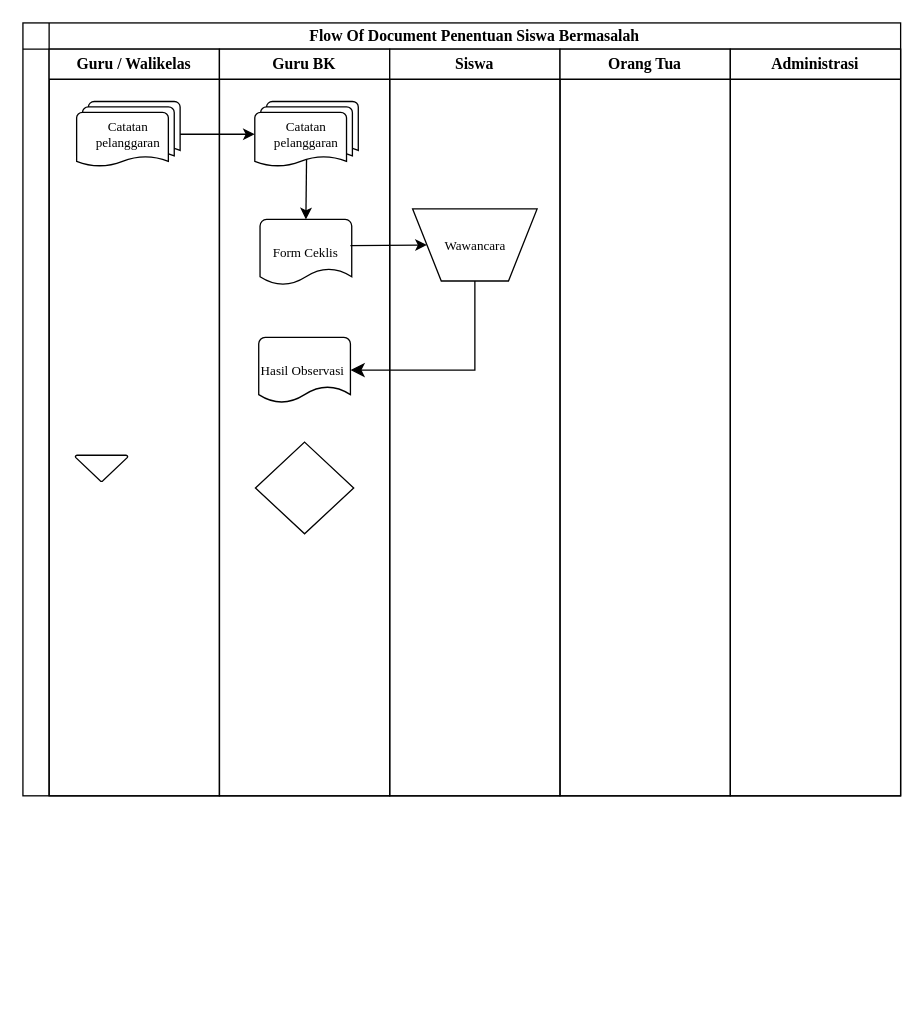
rumahkubudi/rumah_idaman keeps this draw.io diagram as Untitled Diagram.drawio. Above is the earlier version. Source tidied: cells renumbered, new cells numbered last; positions are measured from the earlier drawing's top-left corner, leaving out a move shared by most shapes. Both pictures are drawn from the tidied source at 131%, with x=0, y=0 at pixel (22, 22).
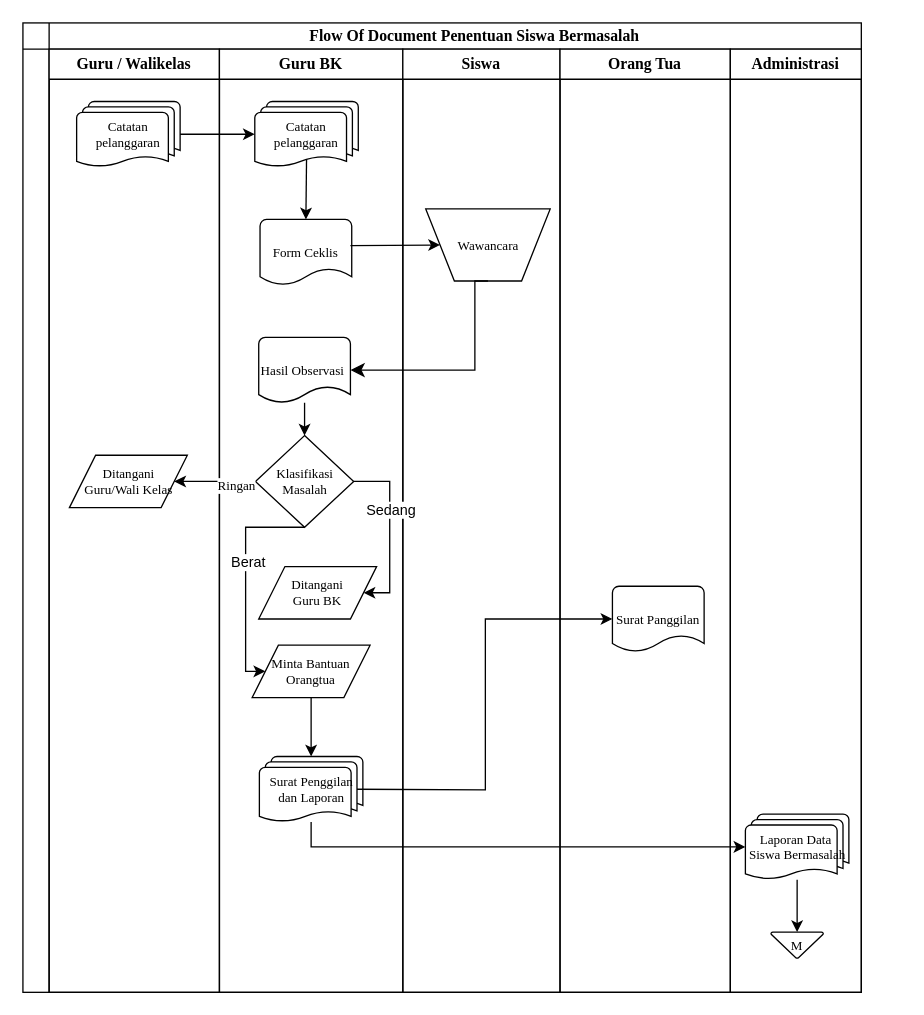
The same diagram, later.

The change refers to these unchanged cells:
```xml
<mxCell id="9" value="Hasil Observasi&amp;nbsp;" style="strokeWidth=1;html=1;shape=mxgraph.flowchart.document2;whiteSpace=wrap;size=0.25;fontFamily=Times New Roman;fontSize=10;spacing=1;" parent="6" vertex="1">
  <mxGeometry x="30" y="220" width="70" height="50" as="geometry" />
</mxCell>
```

Diff of the diagram source:
```diff
@@
     <mxCell id="2" style="shape=internalStorage;whiteSpace=wrap;html=1;backgroundOutline=1;fontFamily=Times New Roman;" parent="1" vertex="1">
-      <mxGeometry width="670" height="590" as="geometry" />
+      <mxGeometry width="640" height="740" as="geometry" />
     </mxCell>
     <mxCell id="3" value="Guru / Walikelas" style="swimlane;whiteSpace=wrap;html=1;fontFamily=Times New Roman;" parent="1" vertex="1">
-      <mxGeometry x="20" y="20" width="130" height="570" as="geometry" />
+      <mxGeometry x="20" y="20" width="130" height="720" as="geometry" />
     </mxCell>
@@
-    <mxCell id="5" style="strokeWidth=1;html=1;shape=mxgraph.flowchart.merge_or_storage;whiteSpace=wrap;fontFamily=Times New Roman;fontSize=10;spacing=1;" parent="3" vertex="1">
-      <mxGeometry x="20" y="310" width="40" height="20" as="geometry" />
-    </mxCell>
+    <mxCell id="20" value="Ditangani&lt;div&gt;Guru/Wali Kelas&lt;/div&gt;" style="shape=parallelogram;perimeter=parallelogramPerimeter;whiteSpace=wrap;html=1;fixedSize=1;fontSize=10;fontFamily=Times New Roman;" parent="3" vertex="1">
+      <mxGeometry x="15.5" y="310" width="90" height="40" as="geometry" />
+    </mxCell>
     <mxCell id="6" value="Guru BK" style="swimlane;whiteSpace=wrap;html=1;fontFamily=Times New Roman;" parent="1" vertex="1">
-      <mxGeometry x="150" y="20" width="130" height="570" as="geometry" />
+      <mxGeometry x="150" y="20" width="140" height="720" as="geometry" />
     </mxCell>
@@
+    <mxCell id="21" style="edgeStyle=orthogonalEdgeStyle;rounded=0;jettySize=auto;html=1;fontFamily=Times New Roman;fontSize=10;" parent="6" edge="1" source="9" target="10">
+      <mxGeometry relative="1" as="geometry" />
+    </mxCell>
@@
+    <mxCell id="22" style="edgeStyle=orthogonalEdgeStyle;rounded=0;jettySize=auto;html=1;exitX=0.5;exitY=1;exitDx=0;exitDy=0;exitPerimeter=0;entryX=0;entryY=0.5;entryDx=0;entryDy=0;fontFamily=Times New Roman;fontSize=10;" parent="6" edge="1" source="10" target="25">
+      <mxGeometry relative="1" as="geometry">
+        <Array as="points">
+          <mxPoint x="20" y="365" />
+          <mxPoint x="20" y="475" />
+        </Array>
+      </mxGeometry>
+    </mxCell>
+    <mxCell id="23" value="Berat" style="edgeLabel;html=1;align=center;verticalAlign=middle;" parent="22" vertex="1">
+      <mxGeometry x="-0.16" y="1" relative="1" as="geometry" />
+    </mxCell>
-    <mxCell id="10" style="strokeWidth=1;html=1;shape=mxgraph.flowchart.decision;whiteSpace=wrap;fontFamily=Times New Roman;fontSize=10;spacing=1;" parent="6" vertex="1">
-      <mxGeometry x="27.5" y="300" width="75" height="70" as="geometry" />
+    <mxCell id="10" value="Klasifikasi&lt;div&gt;Masalah&lt;/div&gt;" style="strokeWidth=1;html=1;shape=mxgraph.flowchart.decision;whiteSpace=wrap;fontFamily=Times New Roman;fontSize=10;spacing=1;" parent="6" vertex="1">
+      <mxGeometry x="27.5" y="295" width="75" height="70" as="geometry" />
     </mxCell>
@@
+    <mxCell id="24" style="edgeStyle=orthogonalEdgeStyle;rounded=0;jettySize=auto;html=1;fontFamily=Times New Roman;fontSize=10;" parent="6" edge="1" source="25">
+      <mxGeometry relative="1" as="geometry">
+        <mxPoint x="70" y="540" as="targetPoint" />
+      </mxGeometry>
+    </mxCell>
+    <mxCell id="25" value="Minta Bantuan&lt;div&gt;Orangtua&lt;/div&gt;" style="shape=parallelogram;perimeter=parallelogramPerimeter;whiteSpace=wrap;html=1;fixedSize=1;fontSize=10;fontFamily=Times New Roman;" parent="6" vertex="1">
+      <mxGeometry x="25" y="455" width="90" height="40" as="geometry" />
+    </mxCell>
+    <mxCell id="26" value="Surat Penggilan&lt;div&gt;dan Laporan&lt;/div&gt;" style="strokeWidth=1;html=1;shape=mxgraph.flowchart.multi-document;whiteSpace=wrap;fontFamily=Times New Roman;fontSize=10;spacing=1;" parent="6" vertex="1">
+      <mxGeometry x="30.5" y="540" width="79" height="50" as="geometry" />
+    </mxCell>
     <mxCell id="13" value="Siswa" style="swimlane;whiteSpace=wrap;html=1;fontFamily=Times New Roman;" parent="1" vertex="1">
-      <mxGeometry x="280" y="20" width="130" height="570" as="geometry" />
+      <mxGeometry x="290" y="20" width="120" height="720" as="geometry" />
     </mxCell>
@@
     <mxCell id="15" value="Orang Tua" style="swimlane;whiteSpace=wrap;html=1;fontFamily=Times New Roman;startSize=23;" parent="1" vertex="1">
-      <mxGeometry x="410" y="20" width="130" height="570" as="geometry" />
+      <mxGeometry x="410" y="20" width="130" height="720" as="geometry" />
     </mxCell>
@@
     <mxCell id="17" value="Administrasi" style="swimlane;whiteSpace=wrap;html=1;fontFamily=Times New Roman;" parent="1" vertex="1">
-      <mxGeometry x="540" y="20" width="130" height="570" as="geometry" />
+      <mxGeometry x="540" y="20" width="100" height="720" as="geometry" />
     </mxCell>
+    <mxCell id="5" value="M" style="strokeWidth=1;html=1;shape=mxgraph.flowchart.merge_or_storage;whiteSpace=wrap;fontFamily=Times New Roman;fontSize=10;spacing=1;" parent="17" vertex="1">
+      <mxGeometry x="31" y="674" width="40" height="20" as="geometry" />
+    </mxCell>
+    <mxCell id="27" style="edgeStyle=orthogonalEdgeStyle;rounded=0;jettySize=auto;html=1;entryX=0;entryY=0.5;entryDx=0;entryDy=0;entryPerimeter=0;" parent="17" edge="1" source="26" target="35">
+      <mxGeometry relative="1" as="geometry">
+        <Array as="points">
+          <mxPoint x="-320" y="609" />
+        </Array>
+      </mxGeometry>
+    </mxCell>
@@
+    <mxCell id="28" value="Surat Panggilan" style="strokeWidth=1;html=1;shape=mxgraph.flowchart.document2;whiteSpace=wrap;size=0.25;fontFamily=Times New Roman;fontSize=10;spacing=1;" parent="1" vertex="1">
+      <mxGeometry x="450" y="430" width="70" height="50" as="geometry" />
+    </mxCell>
+    <mxCell id="29" value="Ditangani&lt;div&gt;Guru BK&lt;/div&gt;" style="shape=parallelogram;perimeter=parallelogramPerimeter;whiteSpace=wrap;html=1;fixedSize=1;fontSize=10;fontFamily=Times New Roman;" parent="1" vertex="1">
+      <mxGeometry x="180" y="415" width="90" height="40" as="geometry" />
+    </mxCell>
+    <mxCell id="30" style="edgeStyle=orthogonalEdgeStyle;rounded=0;jettySize=auto;html=1;entryX=1;entryY=0.5;entryDx=0;entryDy=0;fontFamily=Times New Roman;fontSize=10;" parent="1" edge="1" source="10" target="20">
+      <mxGeometry relative="1" as="geometry" />
+    </mxCell>
+    <mxCell id="31" value="Ringan" style="edgeLabel;html=1;align=center;verticalAlign=middle;fontFamily=Times New Roman;fontSize=10;" parent="30" vertex="1">
+      <mxGeometry x="-0.53" y="2" relative="1" as="geometry" />
+    </mxCell>
+    <mxCell id="32" style="edgeStyle=orthogonalEdgeStyle;rounded=0;jettySize=auto;html=1;exitX=1;exitY=0.5;exitDx=0;exitDy=0;exitPerimeter=0;entryX=1;entryY=0.5;entryDx=0;entryDy=0;fontFamily=Times New Roman;fontSize=10;" parent="1" edge="1" source="10" target="29">
+      <mxGeometry relative="1" as="geometry">
+        <Array as="points">
+          <mxPoint x="280" y="350" />
+          <mxPoint x="280" y="435" />
+        </Array>
+      </mxGeometry>
+    </mxCell>
+    <mxCell id="33" value="Sedang" style="edgeLabel;html=1;align=center;verticalAlign=middle;" parent="32" vertex="1">
+      <mxGeometry x="-0.26" relative="1" as="geometry" />
+    </mxCell>
+    <mxCell id="34" style="edgeStyle=orthogonalEdgeStyle;rounded=0;jettySize=auto;html=1;entryX=0;entryY=0.5;entryDx=0;entryDy=0;entryPerimeter=0;fontFamily=Times New Roman;fontSize=10;" parent="1" edge="1" target="28">
+      <mxGeometry relative="1" as="geometry">
+        <mxPoint x="255" y="585" as="sourcePoint" />
+      </mxGeometry>
+    </mxCell>
+    <mxCell id="35" value="&lt;div&gt;Laporan Data&amp;nbsp;&lt;/div&gt;&lt;div&gt;Siswa Bermasalah&lt;/div&gt;" style="strokeWidth=1;html=1;shape=mxgraph.flowchart.multi-document;whiteSpace=wrap;fontFamily=Times New Roman;fontSize=10;spacing=1;" parent="1" vertex="1">
+      <mxGeometry x="551.5" y="604" width="79" height="50" as="geometry" />
+    </mxCell>
+    <mxCell id="36" style="edgeStyle=orthogonalEdgeStyle;rounded=0;jettySize=auto;html=1;entryX=0.5;entryY=0;entryDx=0;entryDy=0;entryPerimeter=0;" parent="1" edge="1" source="35" target="5">
+      <mxGeometry relative="1" as="geometry" />
+    </mxCell>
```
